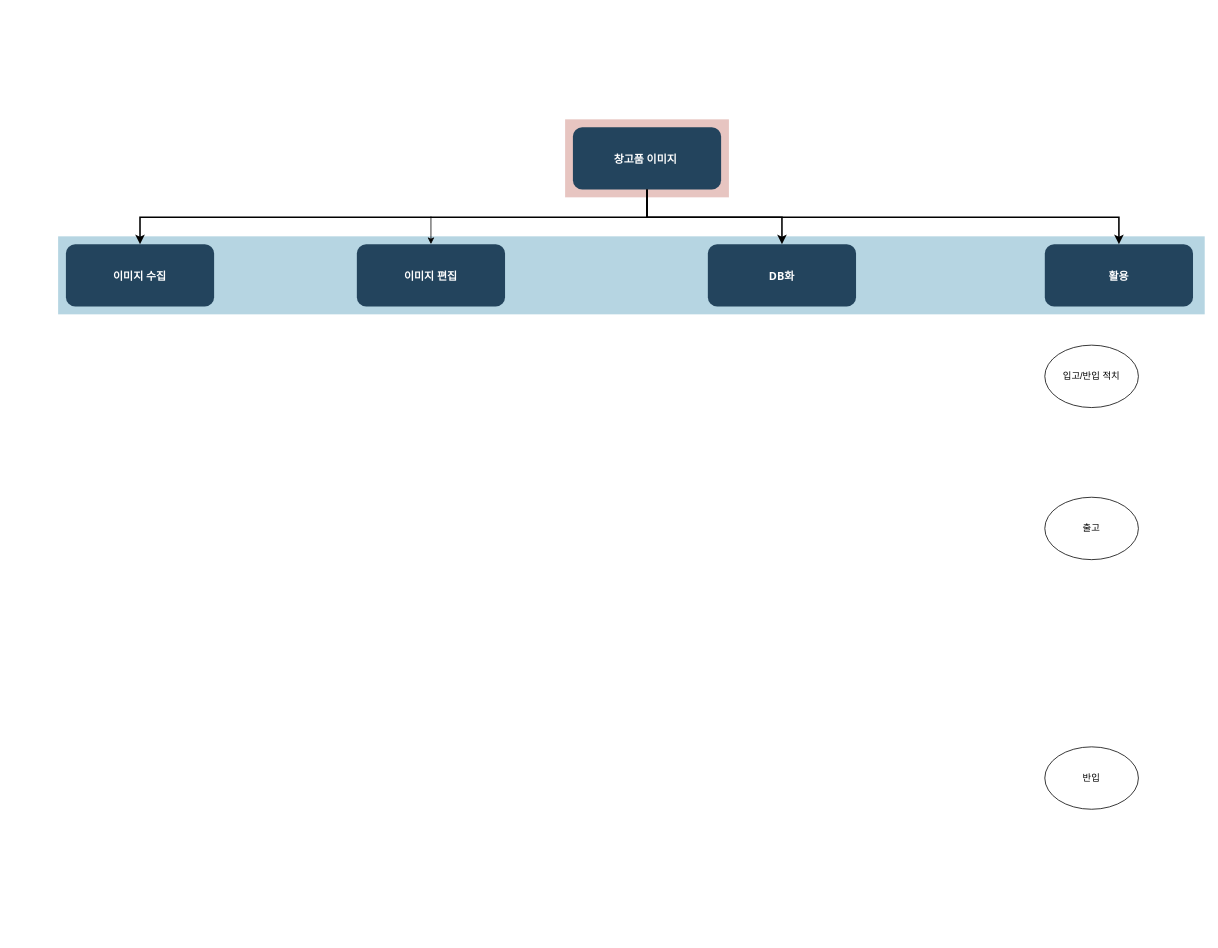
Leena-GO/Projects keeps this draw.io diagram as mind_map/Untitled Diagram.drawio. Above is the earlier version. Source tidied: cells renumbered, new cells numbered last; positions are measured from the earlier drawing's top-left corner, leaving out a move shared by most shapes. Both pictures are drawn from the tidied source at 78%, with x=0, y=0 at pixel (58, 119).
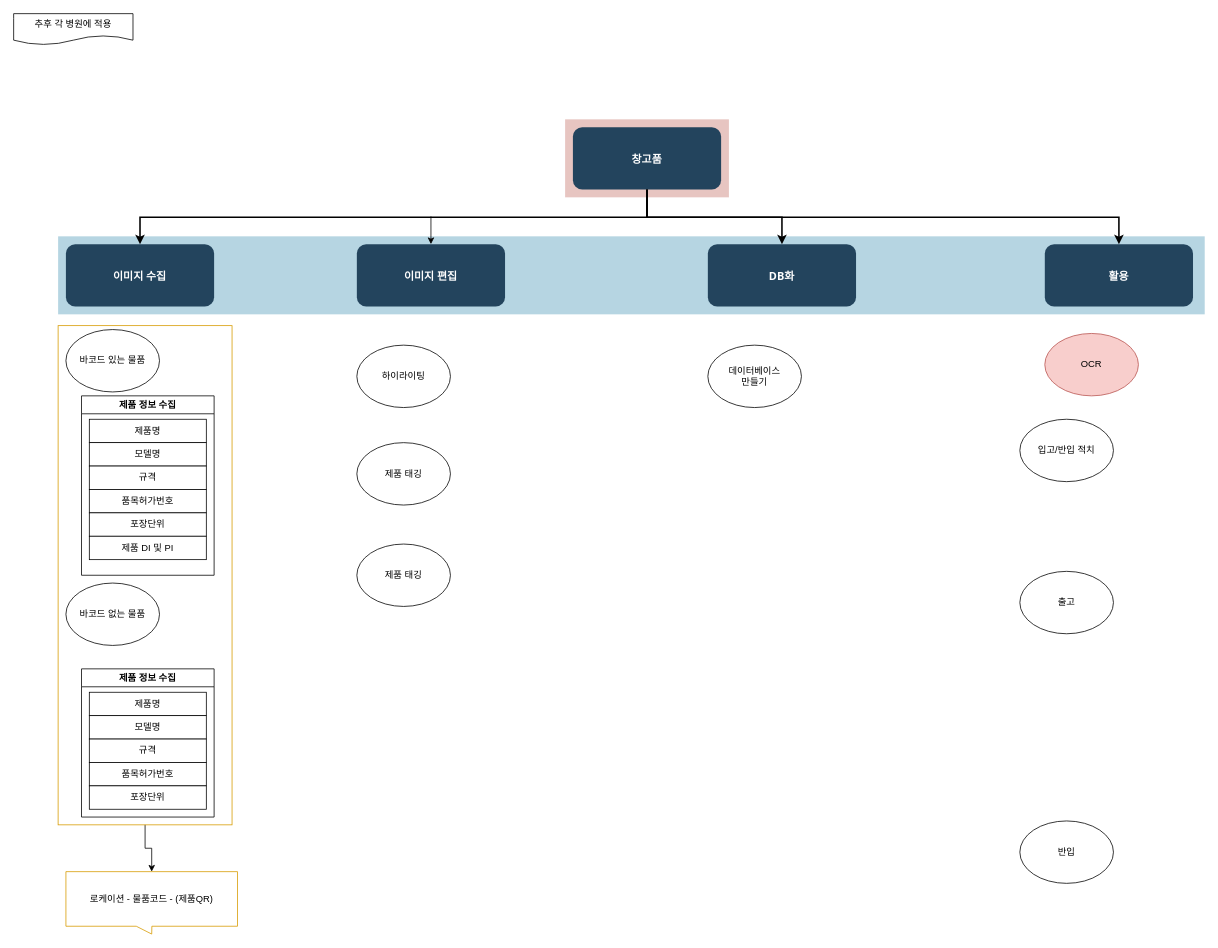
Above is the later version.

Change to the diagram source:
```diff
@@
-    <mxCell id="4" value="창고품 이미지 " style="rounded=1;fillColor=#23445D;gradientColor=none;strokeColor=none;fontColor=#FFFFFF;fontStyle=1;fontFamily=Tahoma;fontSize=14;" parent="1" vertex="1">
+    <mxCell id="4" value="창고품" style="rounded=1;fillColor=#23445D;gradientColor=none;strokeColor=none;fontColor=#FFFFFF;fontStyle=1;fontFamily=Tahoma;fontSize=14;" parent="1" vertex="1">
       <mxGeometry x="660" y="9.5" width="190" height="80" as="geometry" />
     </mxCell>
@@
     <mxCell id="13" value="입고/반입 적치" style="ellipse;whiteSpace=wrap;html=1;" parent="1" vertex="1">
-      <mxGeometry x="1265" y="289" width="120" height="80" as="geometry" />
+      <mxGeometry x="1233" y="384" width="120" height="80" as="geometry" />
     </mxCell>
     <mxCell id="14" value="출고" style="ellipse;whiteSpace=wrap;html=1;" parent="1" vertex="1">
-      <mxGeometry x="1265" y="484" width="120" height="80" as="geometry" />
+      <mxGeometry x="1233" y="579" width="120" height="80" as="geometry" />
     </mxCell>
     <mxCell id="15" value="반입" style="ellipse;whiteSpace=wrap;html=1;" parent="1" vertex="1">
-      <mxGeometry x="1265" y="804" width="120" height="80" as="geometry" />
+      <mxGeometry x="1233" y="899" width="120" height="80" as="geometry" />
     </mxCell>
+    <mxCell id="16" value="OCR" style="ellipse;whiteSpace=wrap;html=1;fillColor=#f8cecc;strokeColor=#b85450;" parent="1" vertex="1">
+      <mxGeometry x="1265" y="274" width="120" height="80" as="geometry" />
+    </mxCell>
+    <mxCell id="17" value="하이라이팅" style="ellipse;whiteSpace=wrap;html=1;" parent="1" vertex="1">
+      <mxGeometry x="383" y="289" width="120" height="80" as="geometry" />
+    </mxCell>
+    <mxCell id="18" value="바코드 있는 물품" style="ellipse;whiteSpace=wrap;html=1;" parent="1" vertex="1">
+      <mxGeometry x="10" y="269" width="120" height="80" as="geometry" />
+    </mxCell>
+    <mxCell id="19" value="바코드 없는 물품" style="ellipse;whiteSpace=wrap;html=1;" parent="1" vertex="1">
+      <mxGeometry x="10" y="594" width="120" height="80" as="geometry" />
+    </mxCell>
+    <mxCell id="20" value="추후 각 병원에 적용" style="shape=document;whiteSpace=wrap;html=1;boundedLbl=1;" parent="1" vertex="1">
+      <mxGeometry x="-57" y="-136" width="153" height="40" as="geometry" />
+    </mxCell>
+    <mxCell id="21" value="제품 정보 수집" style="swimlane;" parent="1" vertex="1">
+      <mxGeometry x="30" y="354" width="170" height="230" as="geometry" />
+    </mxCell>
+    <mxCell id="22" value="제품명" style="whiteSpace=wrap;html=1;" parent="21" vertex="1">
+      <mxGeometry x="10" y="30" width="150" height="30" as="geometry" />
+    </mxCell>
+    <mxCell id="23" value="모델명" style="whiteSpace=wrap;html=1;" parent="21" vertex="1">
+      <mxGeometry x="10" y="60" width="150" height="30" as="geometry" />
+    </mxCell>
+    <mxCell id="24" value="규격" style="whiteSpace=wrap;html=1;" parent="21" vertex="1">
+      <mxGeometry x="10" y="90" width="150" height="30" as="geometry" />
+    </mxCell>
+    <mxCell id="25" value="품목허가번호" style="whiteSpace=wrap;html=1;" parent="21" vertex="1">
+      <mxGeometry x="10" y="120" width="150" height="30" as="geometry" />
+    </mxCell>
+    <mxCell id="26" value="포장단위" style="whiteSpace=wrap;html=1;" parent="21" vertex="1">
+      <mxGeometry x="10" y="150" width="150" height="30" as="geometry" />
+    </mxCell>
+    <mxCell id="27" value="제품 DI 및 PI" style="whiteSpace=wrap;html=1;" parent="21" vertex="1">
+      <mxGeometry x="10" y="180" width="150" height="30" as="geometry" />
+    </mxCell>
+    <mxCell id="28" value="제품 정보 수집" style="swimlane;" parent="1" vertex="1">
+      <mxGeometry x="30" y="704" width="170" height="190" as="geometry" />
+    </mxCell>
+    <mxCell id="29" value="제품명" style="whiteSpace=wrap;html=1;" parent="28" vertex="1">
+      <mxGeometry x="10" y="30" width="150" height="30" as="geometry" />
+    </mxCell>
+    <mxCell id="30" value="모델명" style="whiteSpace=wrap;html=1;" parent="28" vertex="1">
+      <mxGeometry x="10" y="60" width="150" height="30" as="geometry" />
+    </mxCell>
+    <mxCell id="31" value="규격" style="whiteSpace=wrap;html=1;" parent="28" vertex="1">
+      <mxGeometry x="10" y="90" width="150" height="30" as="geometry" />
+    </mxCell>
+    <mxCell id="32" value="품목허가번호" style="whiteSpace=wrap;html=1;" parent="28" vertex="1">
+      <mxGeometry x="10" y="120" width="150" height="30" as="geometry" />
+    </mxCell>
+    <mxCell id="33" value="포장단위" style="whiteSpace=wrap;html=1;" parent="28" vertex="1">
+      <mxGeometry x="10" y="150" width="150" height="30" as="geometry" />
+    </mxCell>
+    <mxCell id="34" style="edgeStyle=orthogonalEdgeStyle;rounded=0;jettySize=auto;html=1;" parent="1" edge="1" source="35" target="36">
+      <mxGeometry relative="1" as="geometry" />
+    </mxCell>
+    <mxCell id="35" style="rounded=0;whiteSpace=wrap;html=1;strokeColor=#d79b00;fillColor=none;" parent="1" vertex="1">
+      <mxGeometry y="264" width="223" height="640" as="geometry" />
+    </mxCell>
+    <mxCell id="36" value="로케이션 - 물품코드 - (제품QR)" style="shape=callout;rounded=0;whiteSpace=wrap;html=1;perimeter=calloutPerimeter;strokeColor=#d79b00;fillColor=none;size=10;position=0.41;" parent="1" vertex="1">
+      <mxGeometry x="10" y="964" width="220" height="80" as="geometry" />
+    </mxCell>
+    <mxCell id="37" value="데이터베이스&lt;br&gt;만들기" style="ellipse;whiteSpace=wrap;html=1;" parent="1" vertex="1">
+      <mxGeometry x="833" y="289" width="120" height="80" as="geometry" />
+    </mxCell>
+    <mxCell id="38" value="제품 태깅" style="ellipse;whiteSpace=wrap;html=1;" parent="1" vertex="1">
+      <mxGeometry x="383" y="414" width="120" height="80" as="geometry" />
+    </mxCell>
+    <mxCell id="39" value="제품 태깅" style="ellipse;whiteSpace=wrap;html=1;" parent="1" vertex="1">
+      <mxGeometry x="383" y="544" width="120" height="80" as="geometry" />
+    </mxCell>
```
